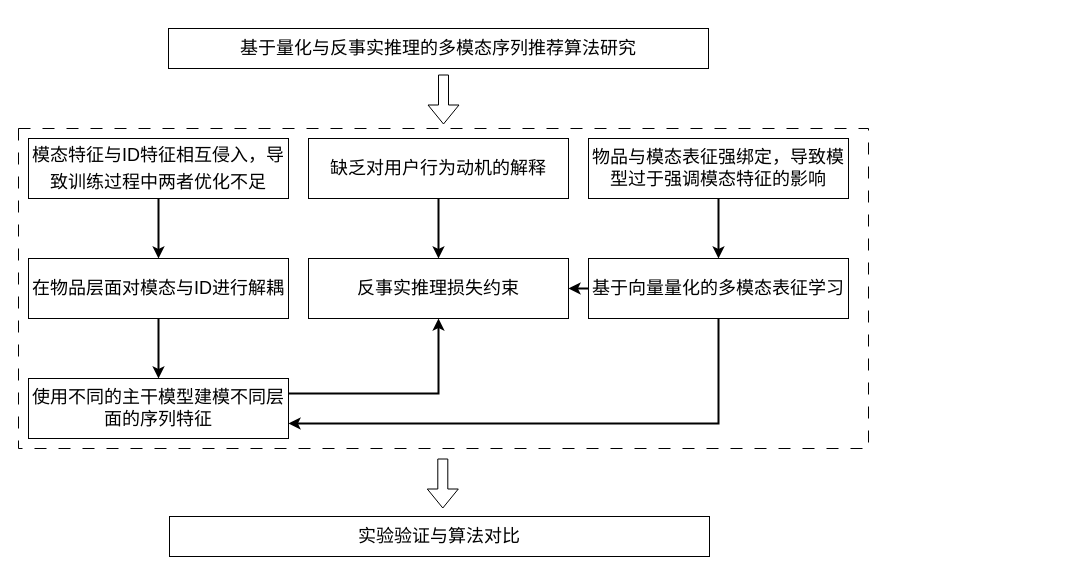
This is 多模态/毕设_主要内容图.drawio from rabbicat30/test, a draw.io file, before an edit. Source tidied: cells renumbered, new cells numbered last; positions are measured from the earlier drawing's top-left corner, leaving out a move shared by most shapes. Both pictures are drawn from the tidied source at 100%, with x=0, y=0 at pixel (18, 28).
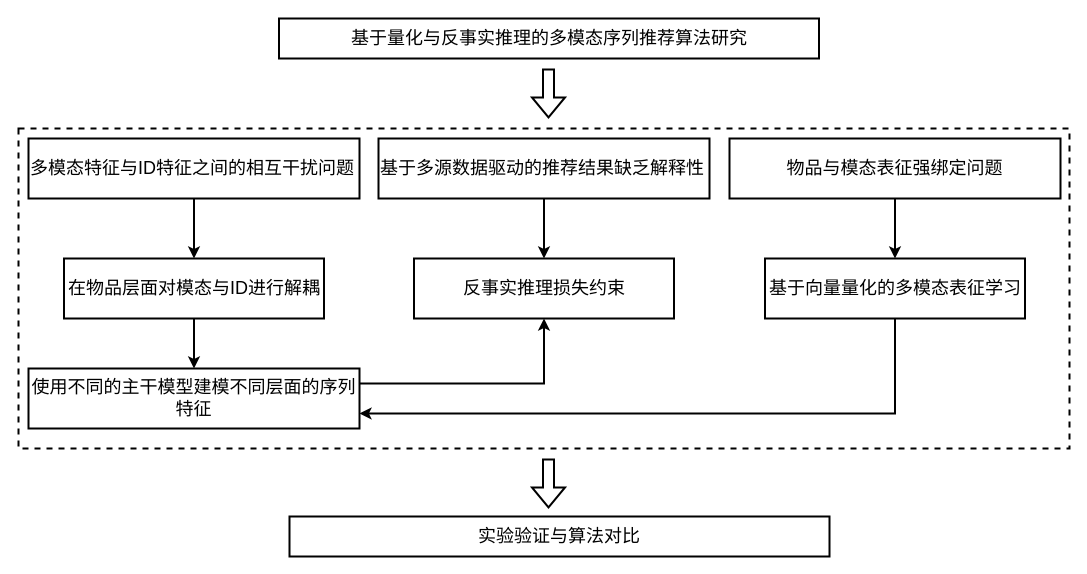
Above is the later version.

Commit message:
更新毕设_主要内容图.drawio

What changed in the source:
```diff
@@
-    <mxCell id="2" value="&lt;font face=&quot;宋体&quot; style=&quot;font-size: 18px;&quot;&gt;基于量化与反事实推理的多模态序列推荐算法研究&lt;/font&gt;" style="rounded=0;whiteSpace=wrap;html=1;" parent="1" vertex="1">
-      <mxGeometry x="150" width="540" height="40" as="geometry" />
+    <mxCell id="2" value="&lt;font face=&quot;宋体&quot; style=&quot;font-size: 18px;&quot;&gt;基于量化与反事实推理的多模态序列推荐算法研究&lt;/font&gt;" style="rounded=0;whiteSpace=wrap;html=1;strokeWidth=2;" parent="1" vertex="1">
+      <mxGeometry x="260.5" y="-10" width="540" height="40" as="geometry" />
     </mxCell>
-    <mxCell id="3" style="rounded=0;whiteSpace=wrap;html=1;dashed=1;dashPattern=12 12;" parent="1" vertex="1">
-      <mxGeometry y="100" width="850" height="320" as="geometry" />
+    <mxCell id="3" style="rounded=0;whiteSpace=wrap;html=1;dashed=1;strokeWidth=2;" parent="1" vertex="1">
+      <mxGeometry y="100" width="1051" height="320" as="geometry" />
     </mxCell>
@@
-    <mxCell id="5" value="&lt;font style=&quot;font-size: 18px;&quot; face=&quot;宋体&quot;&gt;&lt;span style=&quot;line-height: 150%;&quot;&gt;模态特征与&lt;/span&gt;&lt;span style=&quot;line-height: 150%;&quot; lang=&quot;EN-US&quot;&gt;ID&lt;/span&gt;&lt;span style=&quot;line-height: 150%;&quot;&gt;特征相互侵入，导致训练过程中两者优化不足&lt;/span&gt;&lt;/font&gt;" style="rounded=0;whiteSpace=wrap;html=1;" parent="1" vertex="1">
-      <mxGeometry x="10" y="110" width="260" height="60" as="geometry" />
+    <mxCell id="5" value="&lt;font style=&quot;&quot; face=&quot;宋体&quot;&gt;&lt;span style=&quot;line-height: 150%;&quot;&gt;&lt;span style=&quot;font-size: 18px;&quot;&gt;多模态特征与ID特征之间的相互干扰问题&lt;/span&gt;&lt;/span&gt;&lt;/font&gt;" style="rounded=0;whiteSpace=wrap;html=1;strokeWidth=2;align=left;" parent="1" vertex="1">
+      <mxGeometry x="10" y="110" width="331" height="60" as="geometry" />
     </mxCell>
@@
-    <mxCell id="7" value="&lt;font face=&quot;宋体&quot;&gt;&lt;span style=&quot;font-size: 18px;&quot;&gt;缺乏对用户行为动机的解释&lt;/span&gt;&lt;/font&gt;" style="rounded=0;whiteSpace=wrap;html=1;align=center;" parent="1" vertex="1">
-      <mxGeometry x="290" y="110" width="260" height="60" as="geometry" />
+    <mxCell id="7" value="&lt;font face=&quot;宋体&quot;&gt;&lt;span style=&quot;font-size: 18px;&quot;&gt;基于多源数据驱动的推荐结果缺乏解释性&lt;/span&gt;&lt;/font&gt;" style="rounded=0;whiteSpace=wrap;html=1;align=left;strokeWidth=2;" parent="1" vertex="1">
+      <mxGeometry x="360" y="110" width="331" height="60" as="geometry" />
     </mxCell>
@@
-    <mxCell id="9" value="&lt;font face=&quot;宋体&quot;&gt;&lt;span style=&quot;font-size: 18px;&quot;&gt;物品与模态表征强绑定，导致模型过于强调模态特征的影响&lt;/span&gt;&lt;/font&gt;" style="rounded=0;whiteSpace=wrap;html=1;align=center;" parent="1" vertex="1">
-      <mxGeometry x="570" y="110" width="260" height="60" as="geometry" />
+    <mxCell id="9" value="&lt;font face=&quot;宋体&quot;&gt;&lt;span style=&quot;font-size: 18px;&quot;&gt;物品与模态表征强绑定问题&lt;/span&gt;&lt;/font&gt;" style="rounded=0;whiteSpace=wrap;html=1;align=center;strokeWidth=2;" parent="1" vertex="1">
+      <mxGeometry x="711" y="110" width="331" height="60" as="geometry" />
     </mxCell>
@@
-    <mxCell id="11" value="&lt;font style=&quot;font-size: 18px;&quot; face=&quot;宋体&quot;&gt;在物品层面对模态与ID进行解耦&lt;/font&gt;" style="rounded=0;whiteSpace=wrap;html=1;" parent="1" vertex="1">
-      <mxGeometry x="10" y="230" width="260" height="60" as="geometry" />
+    <mxCell id="11" value="&lt;font style=&quot;font-size: 18px;&quot; face=&quot;宋体&quot;&gt;在物品层面对模态与ID进行解耦&lt;/font&gt;" style="rounded=0;whiteSpace=wrap;html=1;strokeWidth=2;" parent="1" vertex="1">
+      <mxGeometry x="45.5" y="230" width="260" height="60" as="geometry" />
     </mxCell>
@@
-    <mxCell id="13" value="&lt;font style=&quot;font-size: 18px;&quot; face=&quot;宋体&quot;&gt;使用不同的主干模型建模不同层面的序列特征&lt;/font&gt;" style="rounded=0;whiteSpace=wrap;html=1;" parent="1" vertex="1">
-      <mxGeometry x="10" y="350" width="260" height="60" as="geometry" />
+    <mxCell id="13" value="&lt;font style=&quot;font-size: 18px;&quot; face=&quot;宋体&quot;&gt;使用不同的主干模型建模不同层面的序列特征&lt;/font&gt;" style="rounded=0;whiteSpace=wrap;html=1;strokeWidth=2;" parent="1" vertex="1">
+      <mxGeometry x="10" y="340" width="331" height="60" as="geometry" />
     </mxCell>
-    <mxCell id="14" value="&lt;font style=&quot;font-size: 18px;&quot; face=&quot;宋体&quot;&gt;反事实推理损失约束&lt;/font&gt;" style="rounded=0;whiteSpace=wrap;html=1;" parent="1" vertex="1">
-      <mxGeometry x="290" y="230" width="260" height="60" as="geometry" />
+    <mxCell id="14" value="&lt;font style=&quot;font-size: 18px;&quot; face=&quot;宋体&quot;&gt;反事实推理损失约束&lt;/font&gt;" style="rounded=0;whiteSpace=wrap;html=1;strokeWidth=2;" parent="1" vertex="1">
+      <mxGeometry x="395.5" y="230" width="260" height="60" as="geometry" />
     </mxCell>
-    <mxCell id="15" style="edgeStyle=orthogonalEdgeStyle;rounded=0;jettySize=auto;html=1;exitX=0;exitY=0.5;exitDx=0;exitDy=0;entryX=1;entryY=0.5;entryDx=0;entryDy=0;strokeWidth=2;" parent="1" edge="1" source="17" target="14">
-      <mxGeometry relative="1" as="geometry" />
-    </mxCell>
@@
-    <mxCell id="17" value="&lt;font face=&quot;宋体&quot;&gt;&lt;span style=&quot;font-size: 18px;&quot;&gt;基于向量量化的多模态表征学习&lt;/span&gt;&lt;/font&gt;" style="rounded=0;whiteSpace=wrap;html=1;align=center;" parent="1" vertex="1">
-      <mxGeometry x="570" y="230" width="260" height="60" as="geometry" />
+    <mxCell id="17" value="&lt;font face=&quot;宋体&quot;&gt;&lt;span style=&quot;font-size: 18px;&quot;&gt;基于向量量化的多模态表征学习&lt;/span&gt;&lt;/font&gt;" style="rounded=0;whiteSpace=wrap;html=1;align=center;strokeWidth=2;" parent="1" vertex="1">
+      <mxGeometry x="746.5" y="230" width="260" height="60" as="geometry" />
     </mxCell>
-    <mxCell id="18" value="&lt;font face=&quot;宋体&quot; style=&quot;font-size: 18px;&quot;&gt;实验验证与算法对比&lt;/font&gt;" style="rounded=0;whiteSpace=wrap;html=1;" parent="1" vertex="1">
-      <mxGeometry x="151" y="488" width="540" height="40" as="geometry" />
+    <mxCell id="18" value="&lt;font face=&quot;宋体&quot; style=&quot;font-size: 18px;&quot;&gt;实验验证与算法对比&lt;/font&gt;" style="rounded=0;whiteSpace=wrap;html=1;strokeWidth=2;" parent="1" vertex="1">
+      <mxGeometry x="271" y="488" width="540" height="40" as="geometry" />
     </mxCell>
-    <mxCell id="19" style="shape=flexArrow;endArrow=classic;html=1;rounded=0;entryX=0.5;entryY=0;entryDx=0;entryDy=0;" parent="1" edge="1">
+    <mxCell id="19" style="shape=flexArrow;endArrow=classic;html=1;rounded=0;entryX=0.5;entryY=0;entryDx=0;entryDy=0;strokeWidth=2;" parent="1" edge="1">
       <mxGeometry relative="1" as="geometry">
-        <mxPoint x="425" y="46" as="sourcePoint" />
-        <mxPoint x="425" y="96" as="targetPoint" />
+        <mxPoint x="530" y="40" as="sourcePoint" />
+        <mxPoint x="530" y="90" as="targetPoint" />
       </mxGeometry>
     </mxCell>
-    <mxCell id="20" style="shape=flexArrow;endArrow=classic;html=1;rounded=0;entryX=0.5;entryY=0;entryDx=0;entryDy=0;" parent="1" edge="1">
+    <mxCell id="20" style="shape=flexArrow;endArrow=classic;html=1;rounded=0;entryX=0.5;entryY=0;entryDx=0;entryDy=0;strokeWidth=2;" parent="1" edge="1">
       <mxGeometry relative="1" as="geometry">
-        <mxPoint x="424.3" y="430" as="sourcePoint" />
-        <mxPoint x="424.3" y="480" as="targetPoint" />
+        <mxPoint x="530" y="430" as="sourcePoint" />
+        <mxPoint x="530" y="480" as="targetPoint" />
       </mxGeometry>
     </mxCell>
```
